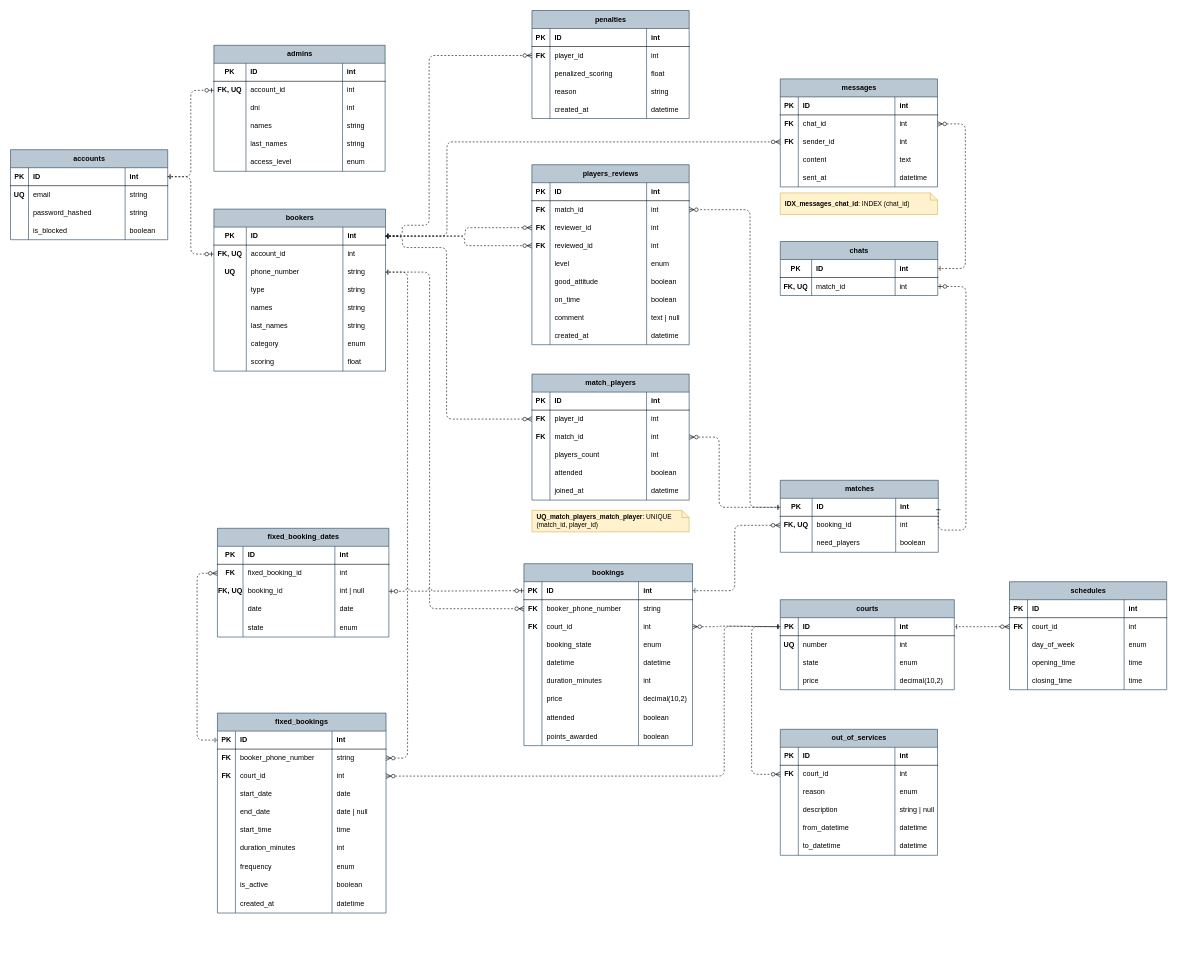
The draw.io diagram docs/der/DER Padel Quento.drawio in JoacoMazza/padel-quento, before the edit. Source tidied: cells renumbered, new cells numbered last; positions are measured from the earlier drawing's top-left corner, leaving out a move shared by most shapes. Both pictures are drawn from the tidied source at 60%, with x=0, y=0 at pixel (10, 10).
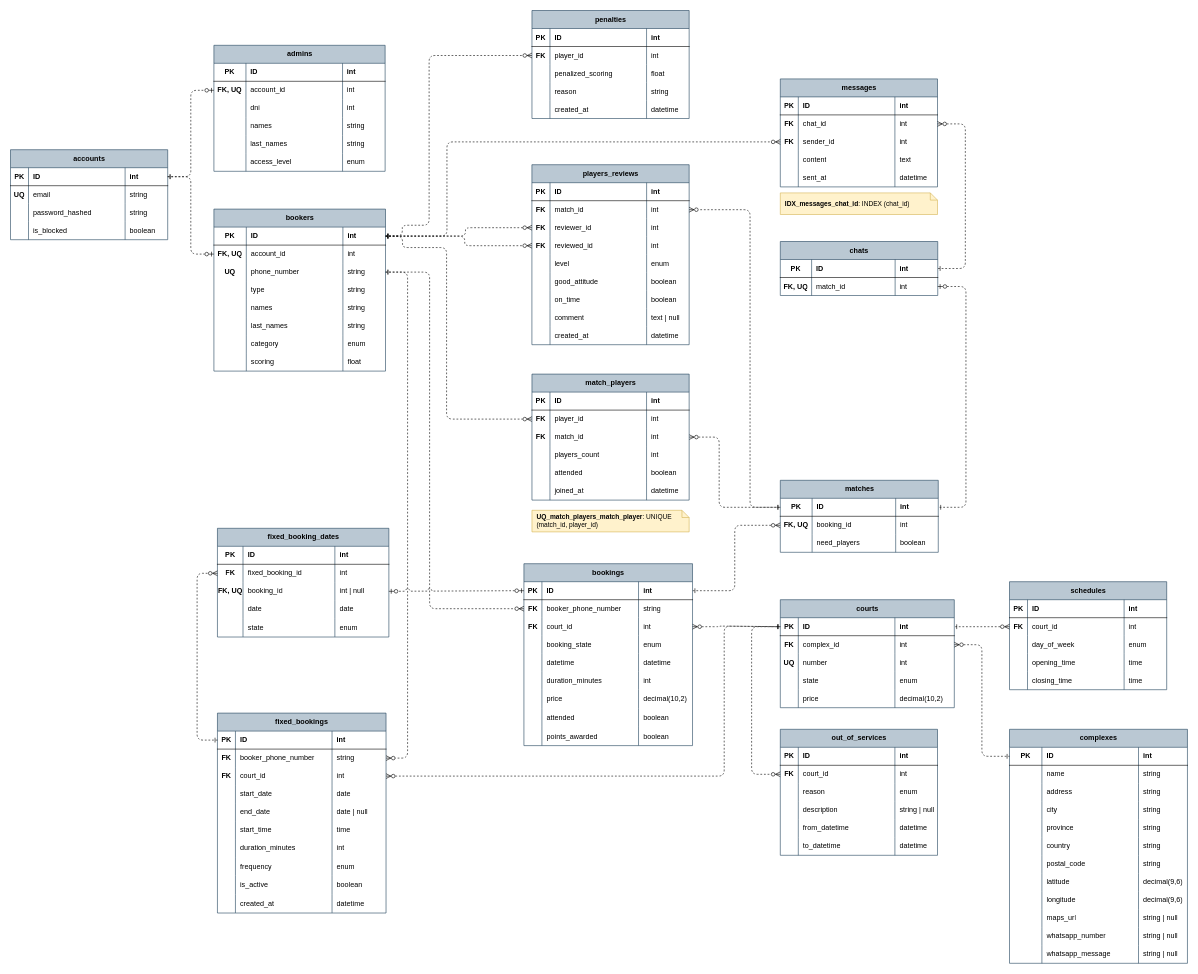
The same diagram, later.

Commit message (it also covers changes not shown here):
docs(der): add complexes

Unchanged cells that the change refers to:
```xml
<mxCell id="142" style="shape=tableRow;horizontal=0;startSize=0;swimlaneHead=0;swimlaneBody=0;fillColor=none;points=[[0,0.5],[1,0.5]];portConstraint=eastwest;top=0;left=0;right=0;bottom=1;" parent="141" vertex="1">
  <mxGeometry y="30" width="263.3" height="30" as="geometry" />
</mxCell>
<mxCell id="159" style="shape=tableRow;horizontal=0;startSize=0;swimlaneHead=0;swimlaneBody=0;fillColor=none;points=[[0,0.5],[1,0.5]];portConstraint=eastwest;top=0;left=0;right=0;bottom=0;" parent="154" vertex="1">
  <mxGeometry y="60" width="262.4" height="30" as="geometry" />
</mxCell>
```

The edit, as a diff of the source:
```diff
@@
     <mxCell id="41" value="courts" style="shape=table;startSize=30;childLayout=tableLayout;rowLines=0;fontStyle=1;align=center;html=1;fillColor=#bac8d3;strokeColor=#23445d;" parent="1" vertex="1">
-      <mxGeometry x="1283" y="982" width="290" height="150" as="geometry" />
+      <mxGeometry x="1283" y="982" width="290" height="180" as="geometry" />
     </mxCell>
@@
+    <mxCell id="387" style="shape=tableRow;horizontal=0;startSize=0;swimlaneHead=0;swimlaneBody=0;fillColor=none;points=[[0,0.5],[1,0.5]];portConstraint=eastwest;top=0;left=0;right=0;bottom=0;" parent="41" vertex="1">
+      <mxGeometry y="60" width="290" height="30" as="geometry" />
+    </mxCell>
+    <mxCell id="388" value="FK" style="shape=partialRectangle;fillColor=none;top=0;left=0;bottom=0;right=0;overflow=hidden;whiteSpace=wrap;html=1;fontStyle=1;" parent="387" vertex="1">
+      <mxGeometry width="30" height="30" as="geometry" />
+    </mxCell>
+    <mxCell id="389" value="complex_id" style="shape=partialRectangle;fillColor=none;top=0;left=0;bottom=0;right=0;align=left;spacingLeft=6;overflow=hidden;whiteSpace=wrap;html=1;" parent="387" vertex="1">
+      <mxGeometry x="30" width="161" height="30" as="geometry" />
+    </mxCell>
+    <mxCell id="390" value="int" style="shape=partialRectangle;fillColor=none;top=0;left=0;bottom=0;right=0;align=left;spacingLeft=6;overflow=hidden;whiteSpace=wrap;html=1;" parent="387" vertex="1">
+      <mxGeometry x="191" width="99" height="30" as="geometry" />
+    </mxCell>
     <mxCell id="46" style="shape=tableRow;horizontal=0;startSize=0;swimlaneHead=0;swimlaneBody=0;fillColor=none;top=0;left=0;right=0;bottom=0;" parent="41" vertex="1">
-      <mxGeometry y="60" width="290" height="30" as="geometry" />
+      <mxGeometry y="90" width="290" height="30" as="geometry" />
     </mxCell>
@@
     <mxCell id="50" style="shape=tableRow;horizontal=0;startSize=0;swimlaneHead=0;swimlaneBody=0;fillColor=none;top=0;left=0;right=0;bottom=0;" parent="41" vertex="1">
-      <mxGeometry y="90" width="290" height="30" as="geometry" />
+      <mxGeometry y="120" width="290" height="30" as="geometry" />
     </mxCell>
@@
     <mxCell id="54" style="shape=tableRow;horizontal=0;startSize=0;swimlaneHead=0;swimlaneBody=0;fillColor=none;top=0;left=0;right=0;bottom=0;" parent="41" vertex="1">
-      <mxGeometry y="120" width="290" height="30" as="geometry" />
+      <mxGeometry y="150" width="290" height="30" as="geometry" />
     </mxCell>
@@
     <mxCell id="189" style="edgeStyle=orthogonalEdgeStyle;rounded=1;jettySize=auto;html=1;exitX=1;exitY=0.5;exitDx=0;exitDy=0;entryX=1;entryY=0.5;entryDx=0;entryDy=0;curved=0;endArrow=ERone;endFill=0;startArrow=ERzeroToOne;startFill=0;dashed=1;" parent="1" edge="1" source="159" target="142">
-      <mxGeometry x="-0.01" relative="1" as="geometry">
+      <mxGeometry x="0.15" relative="1" as="geometry">
         <Array as="points">
           <mxPoint x="1592.4" y="460" />
-          <mxPoint x="1592.4" y="866" />
+          <mxPoint x="1592.4" y="828" />
         </Array>
       </mxGeometry>
     </mxCell>
@@
+    <mxCell id="391" value="complexes" style="shape=table;startSize=30;childLayout=tableLayout;rowLines=0;fontStyle=1;align=center;html=1;fillColor=#bac8d3;strokeColor=#23445d;" parent="1" vertex="1">
+      <mxGeometry x="1665" y="1198" width="296.6" height="390" as="geometry" />
+    </mxCell>
+    <mxCell id="392" style="shape=tableRow;horizontal=0;startSize=0;swimlaneHead=0;swimlaneBody=0;fillColor=none;points=[[0,0.5],[1,0.5]];portConstraint=eastwest;top=0;left=0;right=0;bottom=1;" parent="391" vertex="1">
+      <mxGeometry y="30" width="296.6" height="30" as="geometry" />
+    </mxCell>
+    <mxCell id="393" value="PK" style="shape=partialRectangle;fillColor=none;top=0;left=0;bottom=0;right=0;fontStyle=1;overflow=hidden;whiteSpace=wrap;html=1;" parent="392" vertex="1">
+      <mxGeometry width="54" height="30" as="geometry" />
+    </mxCell>
+    <mxCell id="394" value="ID" style="shape=partialRectangle;fillColor=none;top=0;left=0;bottom=0;right=0;align=left;spacingLeft=6;fontStyle=1;overflow=hidden;whiteSpace=wrap;html=1;" parent="392" vertex="1">
+      <mxGeometry x="54" width="161" height="30" as="geometry" />
+    </mxCell>
+    <mxCell id="395" value="int" style="shape=partialRectangle;fillColor=none;top=0;left=0;bottom=0;right=0;align=left;spacingLeft=6;fontStyle=1;overflow=hidden;whiteSpace=wrap;html=1;" parent="392" vertex="1">
+      <mxGeometry x="215" width="81.6" height="30" as="geometry" />
+    </mxCell>
+    <mxCell id="396" style="shape=tableRow;horizontal=0;startSize=0;swimlaneHead=0;swimlaneBody=0;fillColor=none;top=0;left=0;right=0;bottom=0;" parent="391" vertex="1">
+      <mxGeometry y="60" width="296.6" height="30" as="geometry" />
+    </mxCell>
+    <mxCell id="397" style="shape=partialRectangle;fillColor=none;top=0;left=0;bottom=0;right=0;overflow=hidden;whiteSpace=wrap;html=1;fontStyle=1;" parent="396" vertex="1">
+      <mxGeometry width="54" height="30" as="geometry" />
+    </mxCell>
+    <mxCell id="398" value="name" style="shape=partialRectangle;fillColor=none;top=0;left=0;bottom=0;right=0;align=left;spacingLeft=6;overflow=hidden;whiteSpace=wrap;html=1;" parent="396" vertex="1">
+      <mxGeometry x="54" width="161" height="30" as="geometry" />
+    </mxCell>
+    <mxCell id="399" value="string" style="shape=partialRectangle;fillColor=none;top=0;left=0;bottom=0;right=0;align=left;spacingLeft=6;overflow=hidden;whiteSpace=wrap;html=1;" parent="396" vertex="1">
+      <mxGeometry x="215" width="81.6" height="30" as="geometry" />
+    </mxCell>
+    <mxCell id="400" style="shape=tableRow;horizontal=0;startSize=0;swimlaneHead=0;swimlaneBody=0;fillColor=none;top=0;left=0;right=0;bottom=0;" parent="391" vertex="1">
+      <mxGeometry y="90" width="296.6" height="30" as="geometry" />
+    </mxCell>
+    <mxCell id="401" style="shape=partialRectangle;fillColor=none;top=0;left=0;bottom=0;right=0;overflow=hidden;whiteSpace=wrap;html=1;" parent="400" vertex="1">
+      <mxGeometry width="54" height="30" as="geometry" />
+    </mxCell>
+    <mxCell id="402" value="address" style="shape=partialRectangle;fillColor=none;top=0;left=0;bottom=0;right=0;align=left;spacingLeft=6;overflow=hidden;whiteSpace=wrap;html=1;" parent="400" vertex="1">
+      <mxGeometry x="54" width="161" height="30" as="geometry" />
+    </mxCell>
+    <mxCell id="403" value="string" style="shape=partialRectangle;fillColor=none;top=0;left=0;bottom=0;right=0;align=left;spacingLeft=6;overflow=hidden;whiteSpace=wrap;html=1;" parent="400" vertex="1">
+      <mxGeometry x="215" width="81.6" height="30" as="geometry" />
+    </mxCell>
+    <mxCell id="404" style="shape=tableRow;horizontal=0;startSize=0;swimlaneHead=0;swimlaneBody=0;fillColor=none;top=0;left=0;right=0;bottom=0;" parent="391" vertex="1">
+      <mxGeometry y="120" width="296.6" height="30" as="geometry" />
+    </mxCell>
+    <mxCell id="405" style="shape=partialRectangle;fillColor=none;top=0;left=0;bottom=0;right=0;overflow=hidden;whiteSpace=wrap;html=1;" parent="404" vertex="1">
+      <mxGeometry width="54" height="30" as="geometry" />
+    </mxCell>
+    <mxCell id="406" value="city" style="shape=partialRectangle;fillColor=none;top=0;left=0;bottom=0;right=0;align=left;spacingLeft=6;overflow=hidden;whiteSpace=wrap;html=1;" parent="404" vertex="1">
+      <mxGeometry x="54" width="161" height="30" as="geometry" />
+    </mxCell>
+    <mxCell id="407" value="string" style="shape=partialRectangle;fillColor=none;top=0;left=0;bottom=0;right=0;align=left;spacingLeft=6;overflow=hidden;whiteSpace=wrap;html=1;" parent="404" vertex="1">
+      <mxGeometry x="215" width="81.6" height="30" as="geometry" />
+    </mxCell>
+    <mxCell id="408" style="shape=tableRow;horizontal=0;startSize=0;swimlaneHead=0;swimlaneBody=0;fillColor=none;top=0;left=0;right=0;bottom=0;" parent="391" vertex="1">
+      <mxGeometry y="150" width="296.6" height="30" as="geometry" />
+    </mxCell>
+    <mxCell id="409" style="shape=partialRectangle;fillColor=none;top=0;left=0;bottom=0;right=0;overflow=hidden;whiteSpace=wrap;html=1;" parent="408" vertex="1">
+      <mxGeometry width="54" height="30" as="geometry" />
+    </mxCell>
+    <mxCell id="410" value="province" style="shape=partialRectangle;fillColor=none;top=0;left=0;bottom=0;right=0;align=left;spacingLeft=6;overflow=hidden;whiteSpace=wrap;html=1;" parent="408" vertex="1">
+      <mxGeometry x="54" width="161" height="30" as="geometry" />
+    </mxCell>
+    <mxCell id="411" value="string" style="shape=partialRectangle;fillColor=none;top=0;left=0;bottom=0;right=0;align=left;spacingLeft=6;overflow=hidden;whiteSpace=wrap;html=1;" parent="408" vertex="1">
+      <mxGeometry x="215" width="81.6" height="30" as="geometry" />
+    </mxCell>
+    <mxCell id="412" style="shape=tableRow;horizontal=0;startSize=0;swimlaneHead=0;swimlaneBody=0;fillColor=none;top=0;left=0;right=0;bottom=0;" parent="391" vertex="1">
+      <mxGeometry y="180" width="296.6" height="30" as="geometry" />
+    </mxCell>
+    <mxCell id="413" style="shape=partialRectangle;fillColor=none;top=0;left=0;bottom=0;right=0;overflow=hidden;whiteSpace=wrap;html=1;" parent="412" vertex="1">
+      <mxGeometry width="54" height="30" as="geometry" />
+    </mxCell>
+    <mxCell id="414" value="country" style="shape=partialRectangle;fillColor=none;top=0;left=0;bottom=0;right=0;align=left;spacingLeft=6;overflow=hidden;whiteSpace=wrap;html=1;" parent="412" vertex="1">
+      <mxGeometry x="54" width="161" height="30" as="geometry" />
+    </mxCell>
+    <mxCell id="415" value="string" style="shape=partialRectangle;fillColor=none;top=0;left=0;bottom=0;right=0;align=left;spacingLeft=6;overflow=hidden;whiteSpace=wrap;html=1;" parent="412" vertex="1">
+      <mxGeometry x="215" width="81.6" height="30" as="geometry" />
+    </mxCell>
+    <mxCell id="416" style="shape=tableRow;horizontal=0;startSize=0;swimlaneHead=0;swimlaneBody=0;fillColor=none;top=0;left=0;right=0;bottom=0;" parent="391" vertex="1">
+      <mxGeometry y="210" width="296.6" height="30" as="geometry" />
+    </mxCell>
+    <mxCell id="417" style="shape=partialRectangle;fillColor=none;top=0;left=0;bottom=0;right=0;overflow=hidden;whiteSpace=wrap;html=1;" parent="416" vertex="1">
+      <mxGeometry width="54" height="30" as="geometry" />
+    </mxCell>
+    <mxCell id="418" value="postal_code" style="shape=partialRectangle;fillColor=none;top=0;left=0;bottom=0;right=0;align=left;spacingLeft=6;overflow=hidden;whiteSpace=wrap;html=1;" parent="416" vertex="1">
+      <mxGeometry x="54" width="161" height="30" as="geometry" />
+    </mxCell>
+    <mxCell id="419" value="string" style="shape=partialRectangle;fillColor=none;top=0;left=0;bottom=0;right=0;align=left;spacingLeft=6;overflow=hidden;whiteSpace=wrap;html=1;" parent="416" vertex="1">
+      <mxGeometry x="215" width="81.6" height="30" as="geometry" />
+    </mxCell>
+    <mxCell id="420" style="shape=tableRow;horizontal=0;startSize=0;swimlaneHead=0;swimlaneBody=0;fillColor=none;top=0;left=0;right=0;bottom=0;" parent="391" vertex="1">
+      <mxGeometry y="240" width="296.6" height="30" as="geometry" />
+    </mxCell>
+    <mxCell id="421" style="shape=partialRectangle;fillColor=none;top=0;left=0;bottom=0;right=0;overflow=hidden;whiteSpace=wrap;html=1;" parent="420" vertex="1">
+      <mxGeometry width="54" height="30" as="geometry" />
+    </mxCell>
+    <mxCell id="422" value="latitude" style="shape=partialRectangle;fillColor=none;top=0;left=0;bottom=0;right=0;align=left;spacingLeft=6;overflow=hidden;whiteSpace=wrap;html=1;" parent="420" vertex="1">
+      <mxGeometry x="54" width="161" height="30" as="geometry" />
+    </mxCell>
+    <mxCell id="423" value="decimal(9,6)" style="shape=partialRectangle;fillColor=none;top=0;left=0;bottom=0;right=0;align=left;spacingLeft=6;overflow=hidden;whiteSpace=wrap;html=1;" parent="420" vertex="1">
+      <mxGeometry x="215" width="81.6" height="30" as="geometry" />
+    </mxCell>
+    <mxCell id="424" style="shape=tableRow;horizontal=0;startSize=0;swimlaneHead=0;swimlaneBody=0;fillColor=none;top=0;left=0;right=0;bottom=0;" parent="391" vertex="1">
+      <mxGeometry y="270" width="296.6" height="30" as="geometry" />
+    </mxCell>
+    <mxCell id="425" style="shape=partialRectangle;fillColor=none;top=0;left=0;bottom=0;right=0;overflow=hidden;whiteSpace=wrap;html=1;" parent="424" vertex="1">
+      <mxGeometry width="54" height="30" as="geometry" />
+    </mxCell>
+    <mxCell id="426" value="longitude" style="shape=partialRectangle;fillColor=none;top=0;left=0;bottom=0;right=0;align=left;spacingLeft=6;overflow=hidden;whiteSpace=wrap;html=1;" parent="424" vertex="1">
+      <mxGeometry x="54" width="161" height="30" as="geometry" />
+    </mxCell>
+    <mxCell id="427" value="decimal(9,6)" style="shape=partialRectangle;fillColor=none;top=0;left=0;bottom=0;right=0;align=left;spacingLeft=6;overflow=hidden;whiteSpace=wrap;html=1;" parent="424" vertex="1">
+      <mxGeometry x="215" width="81.6" height="30" as="geometry" />
+    </mxCell>
+    <mxCell id="428" style="shape=tableRow;horizontal=0;startSize=0;swimlaneHead=0;swimlaneBody=0;fillColor=none;top=0;left=0;right=0;bottom=0;" parent="391" vertex="1">
+      <mxGeometry y="300" width="296.6" height="30" as="geometry" />
+    </mxCell>
+    <mxCell id="429" style="shape=partialRectangle;fillColor=none;top=0;left=0;bottom=0;right=0;overflow=hidden;whiteSpace=wrap;html=1;" parent="428" vertex="1">
+      <mxGeometry width="54" height="30" as="geometry" />
+    </mxCell>
+    <mxCell id="430" value="maps_url" style="shape=partialRectangle;fillColor=none;top=0;left=0;bottom=0;right=0;align=left;spacingLeft=6;overflow=hidden;whiteSpace=wrap;html=1;" parent="428" vertex="1">
+      <mxGeometry x="54" width="161" height="30" as="geometry" />
+    </mxCell>
+    <mxCell id="431" value="string | null" style="shape=partialRectangle;fillColor=none;top=0;left=0;bottom=0;right=0;align=left;spacingLeft=6;overflow=hidden;whiteSpace=wrap;html=1;" parent="428" vertex="1">
+      <mxGeometry x="215" width="81.6" height="30" as="geometry" />
+    </mxCell>
+    <mxCell id="432" style="shape=tableRow;horizontal=0;startSize=0;swimlaneHead=0;swimlaneBody=0;fillColor=none;top=0;left=0;right=0;bottom=0;" parent="391" vertex="1">
+      <mxGeometry y="330" width="296.6" height="30" as="geometry" />
+    </mxCell>
+    <mxCell id="433" style="shape=partialRectangle;fillColor=none;top=0;left=0;bottom=0;right=0;overflow=hidden;whiteSpace=wrap;html=1;" parent="432" vertex="1">
+      <mxGeometry width="54" height="30" as="geometry" />
+    </mxCell>
+    <mxCell id="434" value="whatsapp_number" style="shape=partialRectangle;fillColor=none;top=0;left=0;bottom=0;right=0;align=left;spacingLeft=6;overflow=hidden;whiteSpace=wrap;html=1;" parent="432" vertex="1">
+      <mxGeometry x="54" width="161" height="30" as="geometry" />
+    </mxCell>
+    <mxCell id="435" value="string | null" style="shape=partialRectangle;fillColor=none;top=0;left=0;bottom=0;right=0;align=left;spacingLeft=6;overflow=hidden;whiteSpace=wrap;html=1;" parent="432" vertex="1">
+      <mxGeometry x="215" width="81.6" height="30" as="geometry" />
+    </mxCell>
+    <mxCell id="436" style="shape=tableRow;horizontal=0;startSize=0;swimlaneHead=0;swimlaneBody=0;fillColor=none;top=0;left=0;right=0;bottom=0;" parent="391" vertex="1">
+      <mxGeometry y="360" width="296.6" height="30" as="geometry" />
+    </mxCell>
+    <mxCell id="437" style="shape=partialRectangle;fillColor=none;top=0;left=0;bottom=0;right=0;overflow=hidden;whiteSpace=wrap;html=1;" parent="436" vertex="1">
+      <mxGeometry width="54" height="30" as="geometry" />
+    </mxCell>
+    <mxCell id="438" value="whatsapp_message" style="shape=partialRectangle;fillColor=none;top=0;left=0;bottom=0;right=0;align=left;spacingLeft=6;overflow=hidden;whiteSpace=wrap;html=1;" parent="436" vertex="1">
+      <mxGeometry x="54" width="161" height="30" as="geometry" />
+    </mxCell>
+    <mxCell id="439" value="string | null" style="shape=partialRectangle;fillColor=none;top=0;left=0;bottom=0;right=0;align=left;spacingLeft=6;overflow=hidden;whiteSpace=wrap;html=1;" parent="436" vertex="1">
+      <mxGeometry x="215" width="81.6" height="30" as="geometry" />
+    </mxCell>
+    <mxCell id="440" style="edgeStyle=orthogonalEdgeStyle;rounded=1;jettySize=auto;html=1;exitX=1;exitY=0.5;exitDx=0;exitDy=0;entryX=0;entryY=0.5;entryDx=0;entryDy=0;endArrow=ERone;endFill=0;startArrow=ERzeroToMany;startFill=0;curved=0;dashed=1;" parent="1" edge="1" source="387" target="392">
+      <mxGeometry x="0.04" relative="1" as="geometry" />
+    </mxCell>
```
